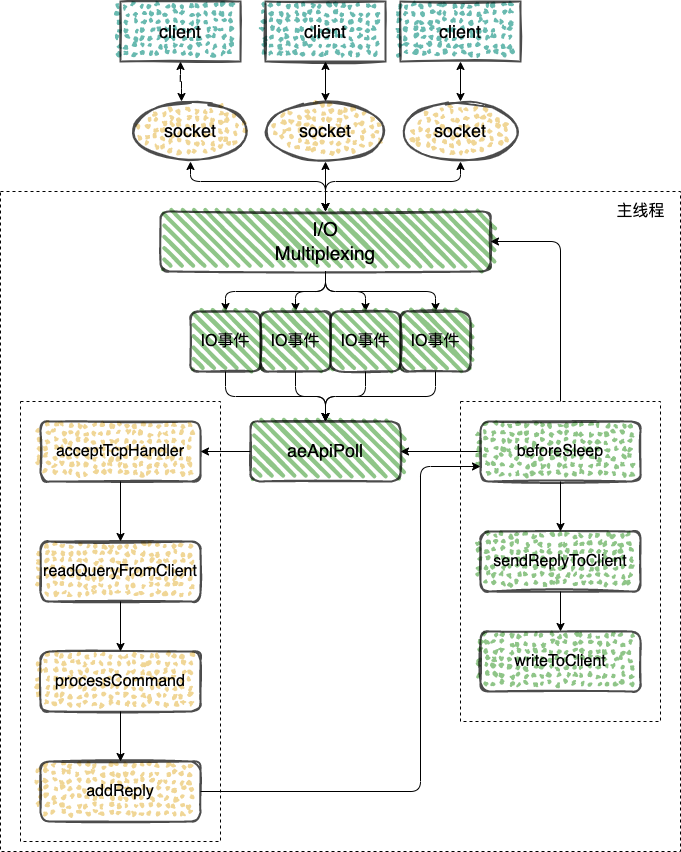
This is img/redis/redis-single.png from boilingfrog/Go-POINT, a draw.io export, as it was before one commit. Source tidied: cells renumbered, new cells last; positions are measured from the earlier drawing's top-left corner, leaving out a move shared by most shapes.
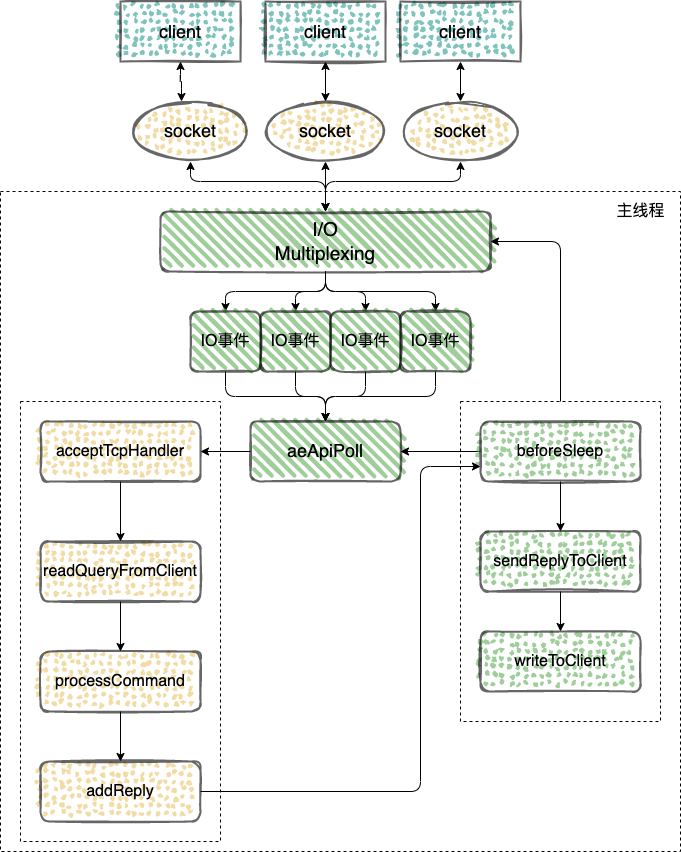
Later version of the same file.

Commit message:
feat:redis 中的原子性

The edit, as a diff of the source:
```diff
@@ -23,7 +23,7 @@
     <mxCell id="8" style="edgeStyle=orthogonalEdgeStyle;html=1;entryX=0.5;entryY=0;entryDx=0;entryDy=0;fontSize=16;startArrow=none;startFill=0;" parent="1" edge="1" source="9" target="44">
       <mxGeometry relative="1" as="geometry" />
     </mxCell>
-    <mxCell id="9" value="&lt;font style=&quot;font-size: 19px&quot;&gt;I/O&lt;br&gt;Multiplexing&lt;/font&gt;" style="rounded=1;whiteSpace=wrap;html=1;strokeWidth=2;fillWeight=4;hachureGap=8;hachureAngle=45;fillColor=#5FAD56;sketch=1;fontSize=16;opacity=70;" parent="1" vertex="1">
+    <mxCell id="9" value="&lt;font style=&quot;font-size: 19px&quot;&gt;I/O&lt;br&gt;Multiplexing&lt;/font&gt;" style="rounded=1;whiteSpace=wrap;html=1;strokeWidth=2;fillWeight=4;hachureGap=8;hachureAngle=45;fillColor=#5FAD56;sketch=1;fontSize=16;opacity=60;" parent="1" vertex="1">
       <mxGeometry x="160" y="210" width="330" height="60" as="geometry" />
     </mxCell>
     <mxCell id="10" style="edgeStyle=orthogonalEdgeStyle;html=1;entryX=0.5;entryY=0;entryDx=0;entryDy=0;fontSize=25;startArrow=classic;startFill=1;" parent="1" edge="1" source="11" target="9">
@@ -34,7 +34,7 @@
         </Array>
       </mxGeometry>
     </mxCell>
-    <mxCell id="11" value="&lt;font style=&quot;font-size: 18px&quot;&gt;socket&lt;/font&gt;" style="ellipse;whiteSpace=wrap;html=1;strokeWidth=2;fillWeight=2;hachureGap=8;fillColor=#E9C46A;fillStyle=dots;sketch=1;fontSize=16;opacity=70;" parent="1" vertex="1">
+    <mxCell id="11" value="&lt;font style=&quot;font-size: 18px&quot;&gt;socket&lt;/font&gt;" style="ellipse;whiteSpace=wrap;html=1;strokeWidth=2;fillWeight=2;hachureGap=8;fillColor=#E9C46A;fillStyle=dots;sketch=1;fontSize=16;opacity=60;" parent="1" vertex="1">
       <mxGeometry x="130" y="100" width="120" height="60" as="geometry" />
     </mxCell>
     <mxCell id="12" style="edgeStyle=orthogonalEdgeStyle;html=1;entryX=0.5;entryY=0;entryDx=0;entryDy=0;fontSize=18;exitX=0.5;exitY=1;exitDx=0;exitDy=0;startArrow=classic;startFill=1;" parent="1" edge="1" source="13" target="9">
@@ -45,55 +45,55 @@
         </Array>
       </mxGeometry>
     </mxCell>
-    <mxCell id="13" value="&lt;font style=&quot;font-size: 18px&quot;&gt;socket&lt;/font&gt;" style="ellipse;whiteSpace=wrap;html=1;strokeWidth=2;fillWeight=2;hachureGap=8;fillColor=#E9C46A;fillStyle=dots;sketch=1;fontSize=16;opacity=70;" parent="1" vertex="1">
+    <mxCell id="13" value="&lt;font style=&quot;font-size: 18px&quot;&gt;socket&lt;/font&gt;" style="ellipse;whiteSpace=wrap;html=1;strokeWidth=2;fillWeight=2;hachureGap=8;fillColor=#E9C46A;fillStyle=dots;sketch=1;fontSize=16;opacity=60;" parent="1" vertex="1">
       <mxGeometry x="400" y="100" width="120" height="60" as="geometry" />
     </mxCell>
     <mxCell id="14" style="edgeStyle=orthogonalEdgeStyle;html=1;fontSize=16;startArrow=none;startFill=0;" parent="1" edge="1" source="15" target="17">
       <mxGeometry relative="1" as="geometry" />
     </mxCell>
-    <mxCell id="15" value="&lt;font style=&quot;font-size: 18px&quot;&gt;aeApiPoll&lt;/font&gt;" style="rounded=1;whiteSpace=wrap;html=1;strokeWidth=2;fillWeight=4;hachureGap=8;hachureAngle=45;fillColor=#5FAD56;sketch=1;fontSize=16;opacity=70;" parent="1" vertex="1">
+    <mxCell id="15" value="&lt;font style=&quot;font-size: 18px&quot;&gt;aeApiPoll&lt;/font&gt;" style="rounded=1;whiteSpace=wrap;html=1;strokeWidth=2;fillWeight=4;hachureGap=8;hachureAngle=45;fillColor=#5FAD56;sketch=1;fontSize=16;opacity=60;" parent="1" vertex="1">
       <mxGeometry x="250" y="420" width="150" height="60" as="geometry" />
     </mxCell>
     <mxCell id="16" style="edgeStyle=orthogonalEdgeStyle;html=1;entryX=0.5;entryY=0;entryDx=0;entryDy=0;fontSize=16;startArrow=none;startFill=0;" parent="1" edge="1" source="17" target="27">
       <mxGeometry relative="1" as="geometry" />
     </mxCell>
-    <mxCell id="17" value="acceptTcpHandler" style="rounded=1;whiteSpace=wrap;html=1;strokeWidth=2;fillWeight=2;hachureGap=8;hachureAngle=45;fillColor=#E9C46A;sketch=1;fontSize=16;fillStyle=dots;opacity=70;" parent="1" vertex="1">
+    <mxCell id="17" value="acceptTcpHandler" style="rounded=1;whiteSpace=wrap;html=1;strokeWidth=2;fillWeight=2;hachureGap=8;hachureAngle=45;fillColor=#E9C46A;sketch=1;fontSize=16;fillStyle=dots;opacity=60;" parent="1" vertex="1">
       <mxGeometry x="40" y="420" width="160" height="60" as="geometry" />
     </mxCell>
     <mxCell id="18" style="edgeStyle=orthogonalEdgeStyle;html=1;entryX=0.5;entryY=0;entryDx=0;entryDy=0;fontSize=18;startArrow=classic;startFill=1;" parent="1" edge="1" source="19" target="9">
       <mxGeometry relative="1" as="geometry" />
     </mxCell>
-    <mxCell id="19" value="&lt;font style=&quot;font-size: 18px&quot;&gt;socket&lt;/font&gt;" style="ellipse;whiteSpace=wrap;html=1;strokeWidth=2;fillWeight=2;hachureGap=8;fillColor=#E9C46A;fillStyle=dots;sketch=1;fontSize=16;opacity=70;" parent="1" vertex="1">
+    <mxCell id="19" value="&lt;font style=&quot;font-size: 18px&quot;&gt;socket&lt;/font&gt;" style="ellipse;whiteSpace=wrap;html=1;strokeWidth=2;fillWeight=2;hachureGap=8;fillColor=#E9C46A;fillStyle=dots;sketch=1;fontSize=16;opacity=60;" parent="1" vertex="1">
       <mxGeometry x="265" y="100" width="120" height="60" as="geometry" />
     </mxCell>
     <mxCell id="20" style="edgeStyle=orthogonalEdgeStyle;html=1;entryX=0.425;entryY=0;entryDx=0;entryDy=0;entryPerimeter=0;fontSize=19;startArrow=classic;startFill=1;" parent="1" edge="1" source="21" target="11">
       <mxGeometry relative="1" as="geometry" />
     </mxCell>
-    <mxCell id="21" value="&lt;font style=&quot;font-size: 18px&quot;&gt;client&lt;/font&gt;" style="rounded=0;whiteSpace=wrap;html=1;fontFamily=Helvetica;fontSize=12;fontColor=default;strokeColor=default;fillColor=#2A9D8F;strokeWidth=2;fillWeight=2;hachureGap=8;fillStyle=dots;sketch=1;opacity=70;" parent="1" vertex="1">
+    <mxCell id="21" value="&lt;font style=&quot;font-size: 18px&quot;&gt;client&lt;/font&gt;" style="rounded=0;whiteSpace=wrap;html=1;fontFamily=Helvetica;fontSize=12;fontColor=default;strokeColor=default;fillColor=#2A9D8F;strokeWidth=2;fillWeight=2;hachureGap=8;fillStyle=dots;sketch=1;opacity=60;" parent="1" vertex="1">
       <mxGeometry x="120" width="120" height="60" as="geometry" />
     </mxCell>
     <mxCell id="22" style="edgeStyle=orthogonalEdgeStyle;html=1;entryX=0.5;entryY=0;entryDx=0;entryDy=0;fontSize=19;startArrow=classic;startFill=1;" parent="1" edge="1" source="23" target="19">
       <mxGeometry relative="1" as="geometry" />
     </mxCell>
-    <mxCell id="23" value="&lt;font style=&quot;font-size: 18px&quot;&gt;client&lt;/font&gt;" style="rounded=0;whiteSpace=wrap;html=1;fontFamily=Helvetica;fontSize=12;fontColor=default;strokeColor=default;fillColor=#2A9D8F;strokeWidth=2;fillWeight=2;hachureGap=8;fillStyle=dots;sketch=1;opacity=70;" parent="1" vertex="1">
+    <mxCell id="23" value="&lt;font style=&quot;font-size: 18px&quot;&gt;client&lt;/font&gt;" style="rounded=0;whiteSpace=wrap;html=1;fontFamily=Helvetica;fontSize=12;fontColor=default;strokeColor=default;fillColor=#2A9D8F;strokeWidth=2;fillWeight=2;hachureGap=8;fillStyle=dots;sketch=1;opacity=60;" parent="1" vertex="1">
       <mxGeometry x="265" width="120" height="60" as="geometry" />
     </mxCell>
     <mxCell id="24" style="edgeStyle=orthogonalEdgeStyle;html=1;fontSize=19;startArrow=classic;startFill=1;" parent="1" edge="1" source="25" target="13">
       <mxGeometry relative="1" as="geometry" />
     </mxCell>
-    <mxCell id="25" value="&lt;font style=&quot;font-size: 18px&quot;&gt;client&lt;/font&gt;" style="rounded=0;whiteSpace=wrap;html=1;fontFamily=Helvetica;fontSize=12;fontColor=default;strokeColor=default;fillColor=#2A9D8F;strokeWidth=2;fillWeight=2;hachureGap=8;fillStyle=dots;sketch=1;opacity=70;" parent="1" vertex="1">
+    <mxCell id="25" value="&lt;font style=&quot;font-size: 18px&quot;&gt;client&lt;/font&gt;" style="rounded=0;whiteSpace=wrap;html=1;fontFamily=Helvetica;fontSize=12;fontColor=default;strokeColor=default;fillColor=#2A9D8F;strokeWidth=2;fillWeight=2;hachureGap=8;fillStyle=dots;sketch=1;opacity=60;" parent="1" vertex="1">
       <mxGeometry x="400" width="120" height="60" as="geometry" />
     </mxCell>
     <mxCell id="26" style="edgeStyle=orthogonalEdgeStyle;html=1;fontSize=16;startArrow=none;startFill=0;" parent="1" edge="1" source="27" target="35">
       <mxGeometry relative="1" as="geometry" />
     </mxCell>
-    <mxCell id="27" value="readQueryFromClient" style="rounded=1;whiteSpace=wrap;html=1;strokeWidth=2;fillWeight=2;hachureGap=8;hachureAngle=45;fillColor=#E9C46A;sketch=1;fontSize=16;fillStyle=dots;opacity=70;" parent="1" vertex="1">
+    <mxCell id="27" value="readQueryFromClient" style="rounded=1;whiteSpace=wrap;html=1;strokeWidth=2;fillWeight=2;hachureGap=8;hachureAngle=45;fillColor=#E9C46A;sketch=1;fontSize=16;fillStyle=dots;opacity=60;" parent="1" vertex="1">
       <mxGeometry x="40" y="540" width="160" height="60" as="geometry" />
     </mxCell>
     <mxCell id="28" style="edgeStyle=orthogonalEdgeStyle;html=1;entryX=0.5;entryY=0;entryDx=0;entryDy=0;fontSize=16;startArrow=none;startFill=0;" parent="1" edge="1" source="29" target="38">
       <mxGeometry relative="1" as="geometry" />
     </mxCell>
-    <mxCell id="29" value="sendReplyToClient" style="rounded=1;whiteSpace=wrap;html=1;strokeWidth=2;fillWeight=2;hachureGap=8;hachureAngle=45;fillColor=#5FAD56;sketch=1;fontSize=16;fillStyle=dots;opacity=70;" parent="1" vertex="1">
+    <mxCell id="29" value="sendReplyToClient" style="rounded=1;whiteSpace=wrap;html=1;strokeWidth=2;fillWeight=2;hachureGap=8;hachureAngle=45;fillColor=#5FAD56;sketch=1;fontSize=16;fillStyle=dots;opacity=60;" parent="1" vertex="1">
       <mxGeometry x="480" y="530" width="160" height="60" as="geometry" />
     </mxCell>
     <mxCell id="30" style="edgeStyle=orthogonalEdgeStyle;html=1;entryX=1;entryY=0.5;entryDx=0;entryDy=0;fontSize=16;startArrow=none;startFill=0;" parent="1" edge="1" source="33" target="15">
@@ -110,13 +110,13 @@
         </Array>
       </mxGeometry>
     </mxCell>
-    <mxCell id="33" value="beforeSleep" style="rounded=1;whiteSpace=wrap;html=1;strokeWidth=2;fillWeight=2;hachureGap=8;hachureAngle=45;fillColor=#5FAD56;sketch=1;fontSize=16;fillStyle=dots;opacity=70;" parent="1" vertex="1">
+    <mxCell id="33" value="beforeSleep" style="rounded=1;whiteSpace=wrap;html=1;strokeWidth=2;fillWeight=2;hachureGap=8;hachureAngle=45;fillColor=#5FAD56;sketch=1;fontSize=16;fillStyle=dots;opacity=60;" parent="1" vertex="1">
       <mxGeometry x="480" y="420" width="160" height="60" as="geometry" />
     </mxCell>
     <mxCell id="34" style="edgeStyle=orthogonalEdgeStyle;html=1;entryX=0.5;entryY=0;entryDx=0;entryDy=0;fontSize=16;startArrow=none;startFill=0;" parent="1" edge="1" source="35" target="37">
       <mxGeometry relative="1" as="geometry" />
     </mxCell>
-    <mxCell id="35" value="processCommand" style="rounded=1;whiteSpace=wrap;html=1;strokeWidth=2;fillWeight=2;hachureGap=8;hachureAngle=45;fillColor=#E9C46A;sketch=1;fontSize=16;fillStyle=dots;opacity=70;" parent="1" vertex="1">
+    <mxCell id="35" value="processCommand" style="rounded=1;whiteSpace=wrap;html=1;strokeWidth=2;fillWeight=2;hachureGap=8;hachureAngle=45;fillColor=#E9C46A;sketch=1;fontSize=16;fillStyle=dots;opacity=60;" parent="1" vertex="1">
       <mxGeometry x="40" y="650" width="160" height="60" as="geometry" />
     </mxCell>
     <mxCell id="36" style="edgeStyle=orthogonalEdgeStyle;html=1;fontSize=16;startArrow=none;startFill=0;entryX=0;entryY=0.75;entryDx=0;entryDy=0;" parent="1" edge="1" source="37" target="33">
@@ -127,34 +127,34 @@
         </Array>
       </mxGeometry>
     </mxCell>
-    <mxCell id="37" value="addReply" style="rounded=1;whiteSpace=wrap;html=1;strokeWidth=2;fillWeight=2;hachureGap=8;hachureAngle=45;fillColor=#E9C46A;sketch=1;fontSize=16;fillStyle=dots;opacity=70;" parent="1" vertex="1">
+    <mxCell id="37" value="addReply" style="rounded=1;whiteSpace=wrap;html=1;strokeWidth=2;fillWeight=2;hachureGap=8;hachureAngle=45;fillColor=#E9C46A;sketch=1;fontSize=16;fillStyle=dots;opacity=60;" parent="1" vertex="1">
       <mxGeometry x="40" y="760" width="160" height="60" as="geometry" />
     </mxCell>
-    <mxCell id="38" value="writeToClient" style="rounded=1;whiteSpace=wrap;html=1;strokeWidth=2;fillWeight=2;hachureGap=8;hachureAngle=45;fillColor=#5FAD56;sketch=1;fontSize=16;fillStyle=dots;opacity=70;" parent="1" vertex="1">
+    <mxCell id="38" value="writeToClient" style="rounded=1;whiteSpace=wrap;html=1;strokeWidth=2;fillWeight=2;hachureGap=8;hachureAngle=45;fillColor=#5FAD56;sketch=1;fontSize=16;fillStyle=dots;opacity=60;" parent="1" vertex="1">
       <mxGeometry x="480" y="630" width="160" height="60" as="geometry" />
     </mxCell>
     <mxCell id="39" style="edgeStyle=orthogonalEdgeStyle;html=1;entryX=0.5;entryY=0;entryDx=0;entryDy=0;fontSize=16;startArrow=none;startFill=0;" parent="1" edge="1" source="40" target="15">
       <mxGeometry relative="1" as="geometry" />
     </mxCell>
-    <mxCell id="40" value="IO事件" style="rounded=1;whiteSpace=wrap;html=1;strokeWidth=2;fillWeight=4;hachureGap=8;hachureAngle=45;fillColor=#5FAD56;sketch=1;fontSize=16;opacity=70;" parent="1" vertex="1">
+    <mxCell id="40" value="IO事件" style="rounded=1;whiteSpace=wrap;html=1;strokeWidth=2;fillWeight=4;hachureGap=8;hachureAngle=45;fillColor=#5FAD56;sketch=1;fontSize=16;opacity=60;" parent="1" vertex="1">
       <mxGeometry x="190" y="310" width="70" height="60" as="geometry" />
     </mxCell>
     <mxCell id="41" style="edgeStyle=orthogonalEdgeStyle;html=1;entryX=0.5;entryY=0;entryDx=0;entryDy=0;fontSize=16;startArrow=none;startFill=0;" parent="1" edge="1" source="42" target="15">
       <mxGeometry relative="1" as="geometry" />
     </mxCell>
-    <mxCell id="42" value="IO事件" style="rounded=1;whiteSpace=wrap;html=1;strokeWidth=2;fillWeight=4;hachureGap=8;hachureAngle=45;fillColor=#5FAD56;sketch=1;fontSize=16;opacity=70;" parent="1" vertex="1">
+    <mxCell id="42" value="IO事件" style="rounded=1;whiteSpace=wrap;html=1;strokeWidth=2;fillWeight=4;hachureGap=8;hachureAngle=45;fillColor=#5FAD56;sketch=1;fontSize=16;opacity=60;" parent="1" vertex="1">
       <mxGeometry x="260" y="310" width="70" height="60" as="geometry" />
     </mxCell>
     <mxCell id="43" style="edgeStyle=orthogonalEdgeStyle;html=1;entryX=0.5;entryY=0;entryDx=0;entryDy=0;fontSize=16;startArrow=none;startFill=0;" parent="1" edge="1" source="44" target="15">
       <mxGeometry relative="1" as="geometry" />
     </mxCell>
-    <mxCell id="44" value="IO事件" style="rounded=1;whiteSpace=wrap;html=1;strokeWidth=2;fillWeight=4;hachureGap=8;hachureAngle=45;fillColor=#5FAD56;sketch=1;fontSize=16;opacity=70;" parent="1" vertex="1">
+    <mxCell id="44" value="IO事件" style="rounded=1;whiteSpace=wrap;html=1;strokeWidth=2;fillWeight=4;hachureGap=8;hachureAngle=45;fillColor=#5FAD56;sketch=1;fontSize=16;opacity=60;" parent="1" vertex="1">
       <mxGeometry x="330" y="310" width="70" height="60" as="geometry" />
     </mxCell>
     <mxCell id="45" style="edgeStyle=orthogonalEdgeStyle;html=1;entryX=0.5;entryY=0;entryDx=0;entryDy=0;fontSize=16;startArrow=none;startFill=0;" parent="1" edge="1" source="46" target="15">
       <mxGeometry relative="1" as="geometry" />
     </mxCell>
-    <mxCell id="46" value="IO事件" style="rounded=1;whiteSpace=wrap;html=1;strokeWidth=2;fillWeight=4;hachureGap=8;hachureAngle=45;fillColor=#5FAD56;sketch=1;fontSize=16;opacity=70;" parent="1" vertex="1">
+    <mxCell id="46" value="IO事件" style="rounded=1;whiteSpace=wrap;html=1;strokeWidth=2;fillWeight=4;hachureGap=8;hachureAngle=45;fillColor=#5FAD56;sketch=1;fontSize=16;opacity=60;" parent="1" vertex="1">
       <mxGeometry x="400" y="310" width="70" height="60" as="geometry" />
     </mxCell>
     <mxCell id="47" value="主线程" style="text;html=1;align=center;verticalAlign=middle;strokeColor=none;fillColor=none;fontSize=16;" parent="1" vertex="1">
```
